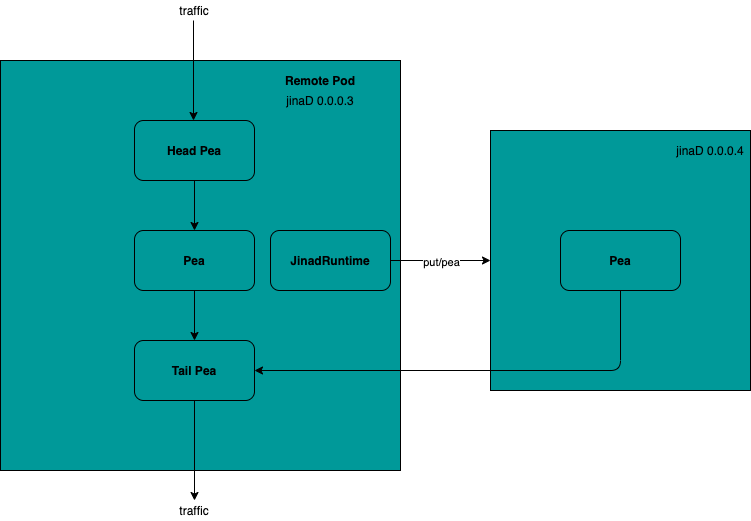
Earlier version of the draw.io export chapters/images/remote-peas-in-pod.png (jina-ai/docs). Source tidied: cells renumbered, new cells last; positions are measured from the earlier drawing's top-left corner, leaving out a move shared by most shapes. Its diagram source:
```xml
<mxGraphModel>
  <root>
    <mxCell id="0" />
    <mxCell id="1" parent="0" />
    <mxCell id="2" style="rounded=0;whiteSpace=wrap;html=1;fillColor=#009999;" parent="1" vertex="1">
      <mxGeometry y="60" width="400" height="410" as="geometry" />
    </mxCell>
    <mxCell id="3" value="&lt;b&gt;Remote Pod&lt;/b&gt;" style="text;html=1;strokeColor=none;fillColor=none;align=center;verticalAlign=middle;whiteSpace=wrap;rounded=0;" parent="1" vertex="1">
      <mxGeometry x="280" y="70" width="80" height="20" as="geometry" />
    </mxCell>
    <mxCell id="4" value="jinaD 0.0.0.3" style="text;html=1;strokeColor=none;fillColor=none;align=center;verticalAlign=middle;whiteSpace=wrap;rounded=0;" parent="1" vertex="1">
      <mxGeometry x="280" y="90" width="80" height="20" as="geometry" />
    </mxCell>
    <mxCell id="5" style="edgeStyle=orthogonalEdgeStyle;rounded=0;jettySize=auto;html=1;" parent="1" edge="1" source="6" target="10">
      <mxGeometry relative="1" as="geometry" />
    </mxCell>
    <mxCell id="6" value="&lt;b&gt;Head Pea&lt;/b&gt;" style="rounded=1;whiteSpace=wrap;html=1;fillColor=#009999;" parent="1" vertex="1">
      <mxGeometry x="134" y="120" width="120" height="60" as="geometry" />
    </mxCell>
    <mxCell id="7" style="endArrow=classic;html=1;entryX=0.25;entryY=0;entryDx=0;entryDy=0;" parent="1" edge="1">
      <mxGeometry relative="1" as="geometry">
        <mxPoint x="193" y="20" as="sourcePoint" />
        <mxPoint x="193" y="120" as="targetPoint" />
      </mxGeometry>
    </mxCell>
    <mxCell id="8" value="traffic" style="text;html=1;strokeColor=none;fillColor=none;align=center;verticalAlign=middle;whiteSpace=wrap;rounded=0;" parent="1" vertex="1">
      <mxGeometry x="174" width="40" height="20" as="geometry" />
    </mxCell>
    <mxCell id="9" style="edgeStyle=orthogonalEdgeStyle;rounded=0;jettySize=auto;html=1;" parent="1" edge="1" source="10" target="11">
      <mxGeometry relative="1" as="geometry" />
    </mxCell>
    <mxCell id="10" value="&lt;b&gt;Pea&lt;/b&gt;" style="rounded=1;whiteSpace=wrap;html=1;fillColor=#009999;" parent="1" vertex="1">
      <mxGeometry x="134" y="230" width="120" height="60" as="geometry" />
    </mxCell>
    <mxCell id="11" value="&lt;b&gt;Tail Pea&lt;/b&gt;" style="rounded=1;whiteSpace=wrap;html=1;fillColor=#009999;" parent="1" vertex="1">
      <mxGeometry x="134" y="340" width="120" height="60" as="geometry" />
    </mxCell>
    <mxCell id="12" style="edgeStyle=orthogonalEdgeStyle;rounded=0;jettySize=auto;html=1;" parent="1" edge="1" source="14" target="15">
      <mxGeometry relative="1" as="geometry" />
    </mxCell>
    <mxCell id="13" value="put/pea" style="edgeLabel;html=1;align=center;verticalAlign=middle;" parent="12" vertex="1">
      <mxGeometry y="-1" relative="1" as="geometry" />
    </mxCell>
    <mxCell id="14" value="&lt;b&gt;JinadRuntime&lt;/b&gt;" style="rounded=1;whiteSpace=wrap;html=1;fillColor=#009999;" parent="1" vertex="1">
      <mxGeometry x="270" y="230" width="120" height="60" as="geometry" />
    </mxCell>
    <mxCell id="15" style="rounded=0;whiteSpace=wrap;html=1;fillColor=#009999;" parent="1" vertex="1">
      <mxGeometry x="490" y="130" width="260" height="260" as="geometry" />
    </mxCell>
    <mxCell id="16" value="jinaD 0.0.0.4" style="text;html=1;strokeColor=none;fillColor=none;align=center;verticalAlign=middle;whiteSpace=wrap;rounded=0;" parent="1" vertex="1">
      <mxGeometry x="670" y="140" width="80" height="20" as="geometry" />
    </mxCell>
    <mxCell id="17" value="&lt;b&gt;Pea&lt;/b&gt;" style="rounded=1;whiteSpace=wrap;html=1;fillColor=#009999;" parent="1" vertex="1">
      <mxGeometry x="560" y="230" width="120" height="60" as="geometry" />
    </mxCell>
    <mxCell id="18" style="endArrow=classic;html=1;exitX=0.5;exitY=1;exitDx=0;exitDy=0;entryX=1;entryY=0.5;entryDx=0;entryDy=0;" parent="1" edge="1" source="17" target="11">
      <mxGeometry relative="1" as="geometry">
        <Array as="points">
          <mxPoint x="620" y="370" />
        </Array>
      </mxGeometry>
    </mxCell>
    <mxCell id="19" style="endArrow=classic;html=1;entryX=0.25;entryY=0;entryDx=0;entryDy=0;" parent="1" edge="1">
      <mxGeometry relative="1" as="geometry">
        <mxPoint x="194" y="400" as="sourcePoint" />
        <mxPoint x="194" y="500" as="targetPoint" />
      </mxGeometry>
    </mxCell>
    <mxCell id="20" value="traffic" style="text;html=1;strokeColor=none;fillColor=none;align=center;verticalAlign=middle;whiteSpace=wrap;rounded=0;" parent="1" vertex="1">
      <mxGeometry x="174" y="500" width="40" height="20" as="geometry" />
    </mxCell>
  </root>
</mxGraphModel>
```
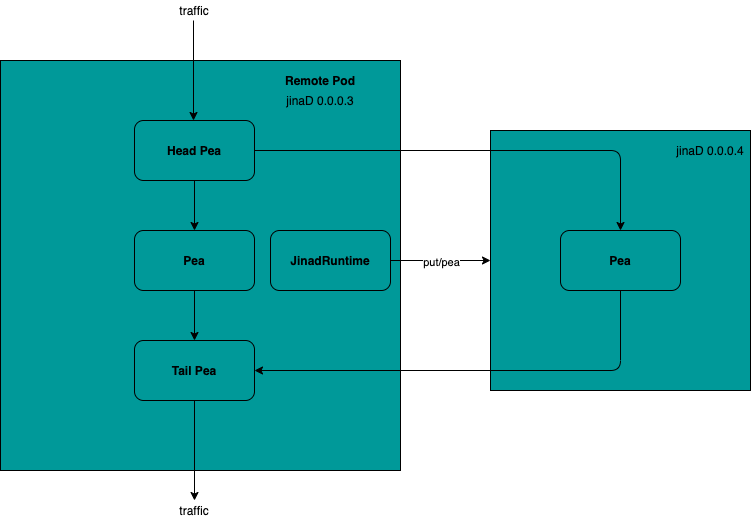
The same file after the commit.

Commit message:
docs: align image to center

Diff of the diagram source:
```diff
@@ -69,5 +69,12 @@
     <mxCell id="20" value="traffic" style="text;html=1;strokeColor=none;fillColor=none;align=center;verticalAlign=middle;whiteSpace=wrap;rounded=0;" parent="1" vertex="1">
       <mxGeometry x="174" y="500" width="40" height="20" as="geometry" />
     </mxCell>
+    <mxCell id="21" style="endArrow=classic;html=1;exitX=1;exitY=0.5;exitDx=0;exitDy=0;entryX=0.5;entryY=0;entryDx=0;entryDy=0;" parent="1" edge="1" source="6" target="17">
+      <mxGeometry relative="1" as="geometry">
+        <Array as="points">
+          <mxPoint x="620" y="150" />
+        </Array>
+      </mxGeometry>
+    </mxCell>
   </root>
 </mxGraphModel>
```
